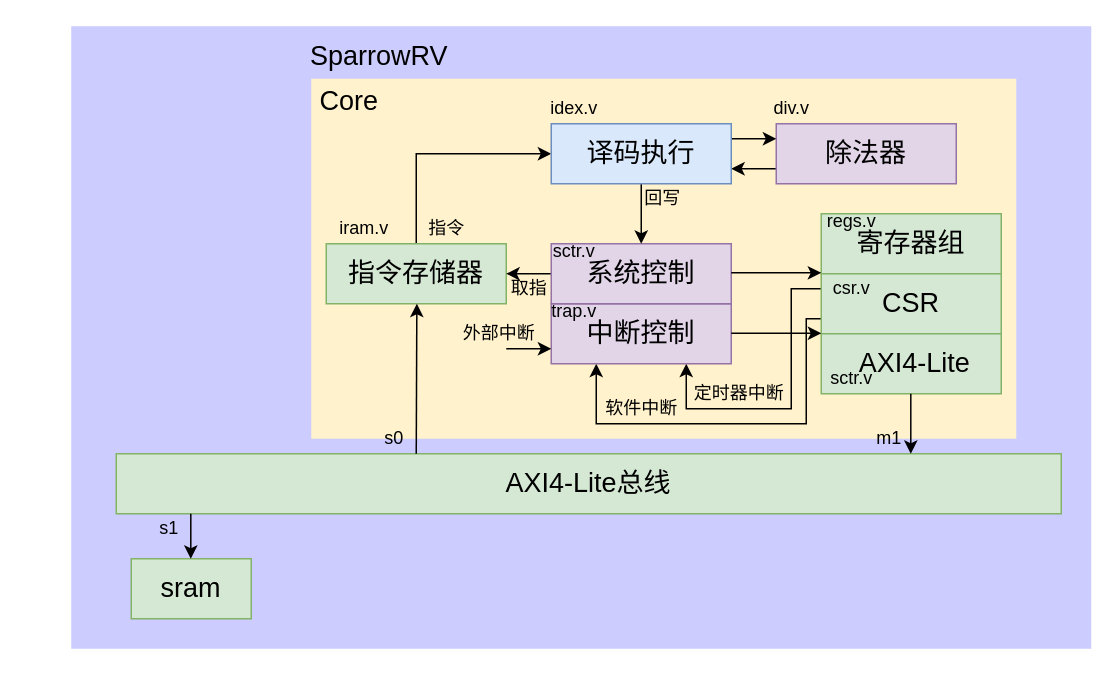
The draw.io diagram pic/drawio/soc架构.drawio in xiaowuzxc/SparrowRV, before the edit. Source tidied: cells renumbered, new cells numbered last; positions are measured from the earlier drawing's top-left corner, leaving out a move shared by most shapes. Both pictures are drawn from the tidied source at 150%, with x=0, y=0 at pixel (70, 26).
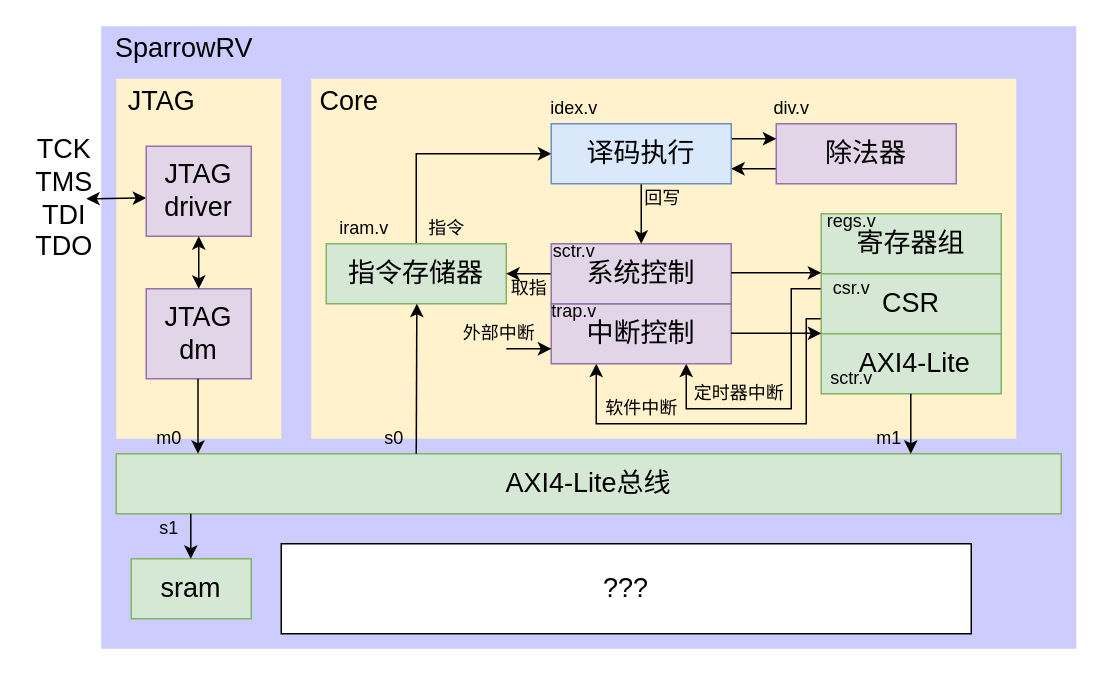
The same page after the edit.

What changed in the source:
```diff
@@
     <mxCell id="2" style="rounded=0;whiteSpace=wrap;html=1;fontSize=12;fillColor=#CCCCFF;strokeColor=none;" parent="1" vertex="1">
-      <mxGeometry width="680" height="415" as="geometry" />
+      <mxGeometry x="20" width="650" height="415" as="geometry" />
     </mxCell>
@@
     <mxCell id="4" value="SparrowRV" style="text;html=1;align=center;verticalAlign=middle;strokeColor=none;fillColor=none;fontSize=18;" parent="1" vertex="1">
-      <mxGeometry x="150" y="5" width="110" height="30" as="geometry" />
+      <mxGeometry x="20" width="110" height="30" as="geometry" />
     </mxCell>
@@
+    <mxCell id="46" style="rounded=0;whiteSpace=wrap;html=1;fillColor=#fff2cc;strokeColor=none;" parent="1" vertex="1">
+      <mxGeometry x="30" y="35" width="110" height="240" as="geometry" />
+    </mxCell>
+    <mxCell id="47" value="JTAG" style="text;html=1;align=center;verticalAlign=middle;strokeColor=none;fillColor=none;fontSize=18;" parent="1" vertex="1">
+      <mxGeometry x="30" y="35" width="60" height="30" as="geometry" />
+    </mxCell>
+    <mxCell id="48" style="endArrow=classic;startArrow=classic;html=1;rounded=0;fontSize=18;" parent="1" edge="1">
+      <mxGeometry relative="1" as="geometry">
+        <mxPoint x="50" y="114.5" as="sourcePoint" />
+        <mxPoint x="10" y="115" as="targetPoint" />
+      </mxGeometry>
+    </mxCell>
+    <mxCell id="49" value="TCK&lt;br&gt;TMS&lt;br&gt;TDI&lt;br&gt;TDO" style="text;html=1;align=center;verticalAlign=middle;strokeColor=none;fillColor=none;fontSize=18;" parent="1" vertex="1">
+      <mxGeometry x="-30" y="70" width="50" height="90" as="geometry" />
+    </mxCell>
+    <mxCell id="50" value="JTAG&lt;br&gt;driver" style="whiteSpace=wrap;html=1;fontSize=18;fillColor=#e1d5e7;strokeColor=#9673a6;" parent="1" vertex="1">
+      <mxGeometry x="50" y="80" width="70" height="60" as="geometry" />
+    </mxCell>
+    <mxCell id="51" value="JTAG&lt;br&gt;dm" style="whiteSpace=wrap;html=1;fontSize=18;fillColor=#e1d5e7;strokeColor=#9673a6;" parent="1" vertex="1">
+      <mxGeometry x="50" y="175" width="70" height="60" as="geometry" />
+    </mxCell>
+    <mxCell id="52" style="endArrow=classic;startArrow=classic;html=1;rounded=0;fontSize=18;exitX=0.5;exitY=0;exitDx=0;exitDy=0;entryX=0.5;entryY=1;entryDx=0;entryDy=0;" parent="1" edge="1" source="51" target="50">
+      <mxGeometry relative="1" as="geometry" />
+    </mxCell>
+    <mxCell id="53" style="endArrow=classic;html=1;rounded=0;fontSize=18;" parent="1" edge="1">
+      <mxGeometry relative="1" as="geometry">
+        <mxPoint x="84.5" y="235" as="sourcePoint" />
+        <mxPoint x="84.5" y="285" as="targetPoint" />
+      </mxGeometry>
+    </mxCell>
+    <mxCell id="54" value="m0" style="text;html=1;align=center;verticalAlign=middle;strokeColor=none;fillColor=none;" parent="1" vertex="1">
+      <mxGeometry x="50" y="265" width="30" height="20" as="geometry" />
+    </mxCell>
+    <mxCell id="55" value="???" style="rounded=0;whiteSpace=wrap;html=1;fontSize=18;" parent="1" vertex="1">
+      <mxGeometry x="140" y="345" width="460" height="60" as="geometry" />
+    </mxCell>
```
